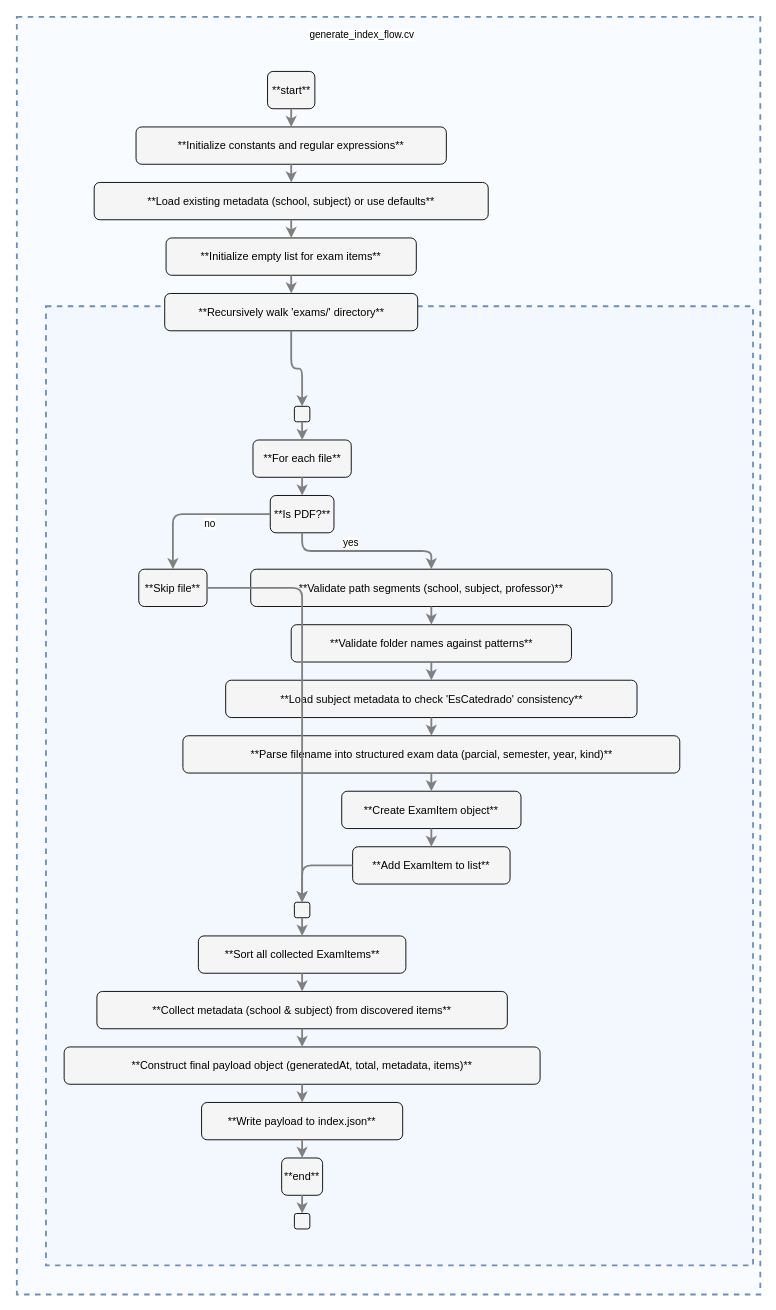
This is docs/index_generator.drawio from rgdan/examenes-anteriores-itcr, a draw.io file, before an edit. Source tidied: cells renumbered, new cells numbered last; positions are measured from the earlier drawing's top-left corner, leaving out a move shared by most shapes. Both pictures are drawn from the tidied source at 91%, with x=0, y=0 at pixel (16, 16).
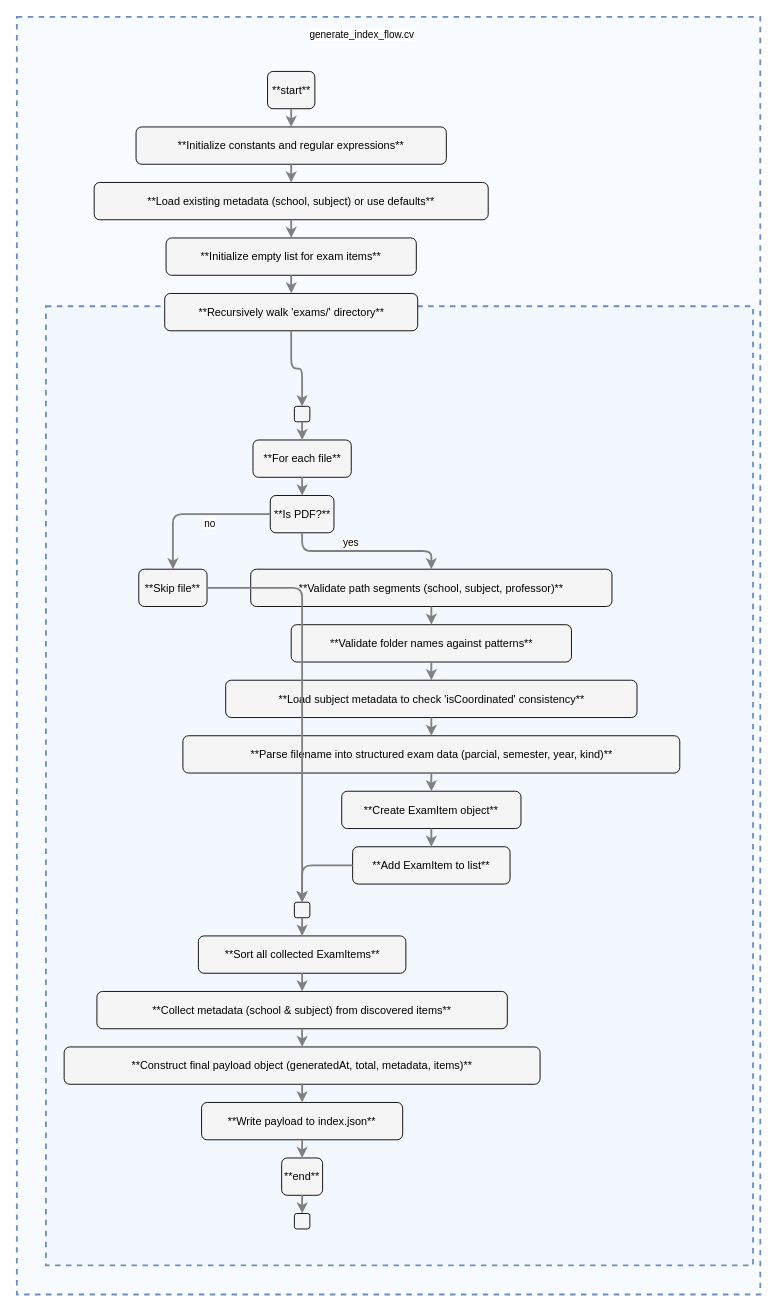
The same diagram, later.

Commit message (it also covers changes not shown here):
fix: change escatedrado to iscoordinated

The change refers to these unchanged cells:
```xml
<mxCell id="2" style="html=1;whiteSpace=wrap;fillColor=#dae8fc;strokeColor=#6c8ebf;dashed=1;fillOpacity=20;strokeWidth=2;containerType=none;" parent="4" vertex="1">
  <mxGeometry x="32" y="318" width="777" height="1054" as="geometry" />
</mxCell>
```

What changed in the source:
```diff
@@
-    <mxCell id="17" value="**Load subject metadata to check 'EsCatedrado' consistency**" style="rounded=1;whiteSpace=wrap;html=1;fillColor=#f5f5f5;" parent="2" vertex="1">
+    <mxCell id="17" value="**Load subject metadata to check 'isCoordinated' consistency**" style="rounded=1;whiteSpace=wrap;html=1;fillColor=#f5f5f5;" parent="2" vertex="1">
       <mxGeometry x="197.5" y="411" width="452" height="41" as="geometry" />
     </mxCell>
```
